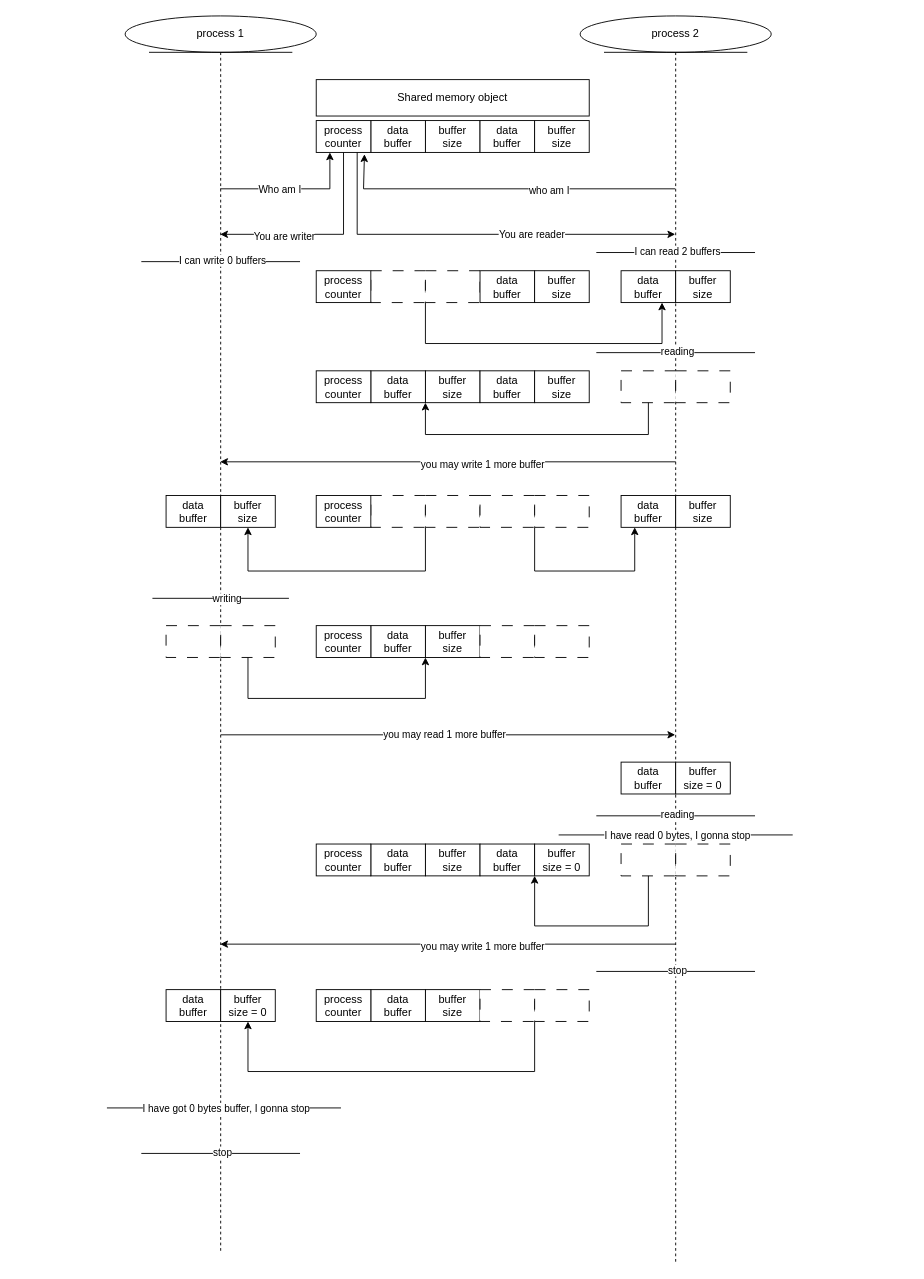
Earlier version of the draw.io diagram task2.drawio (VladimirTakeda/Epam-cpp). Source tidied: cells renumbered, new cells numbered last; positions are measured from the earlier drawing's top-left corner, leaving out a move shared by most shapes. Both pictures are drawn from the tidied source at 91%, with x=0, y=0 at pixel (106, 15).
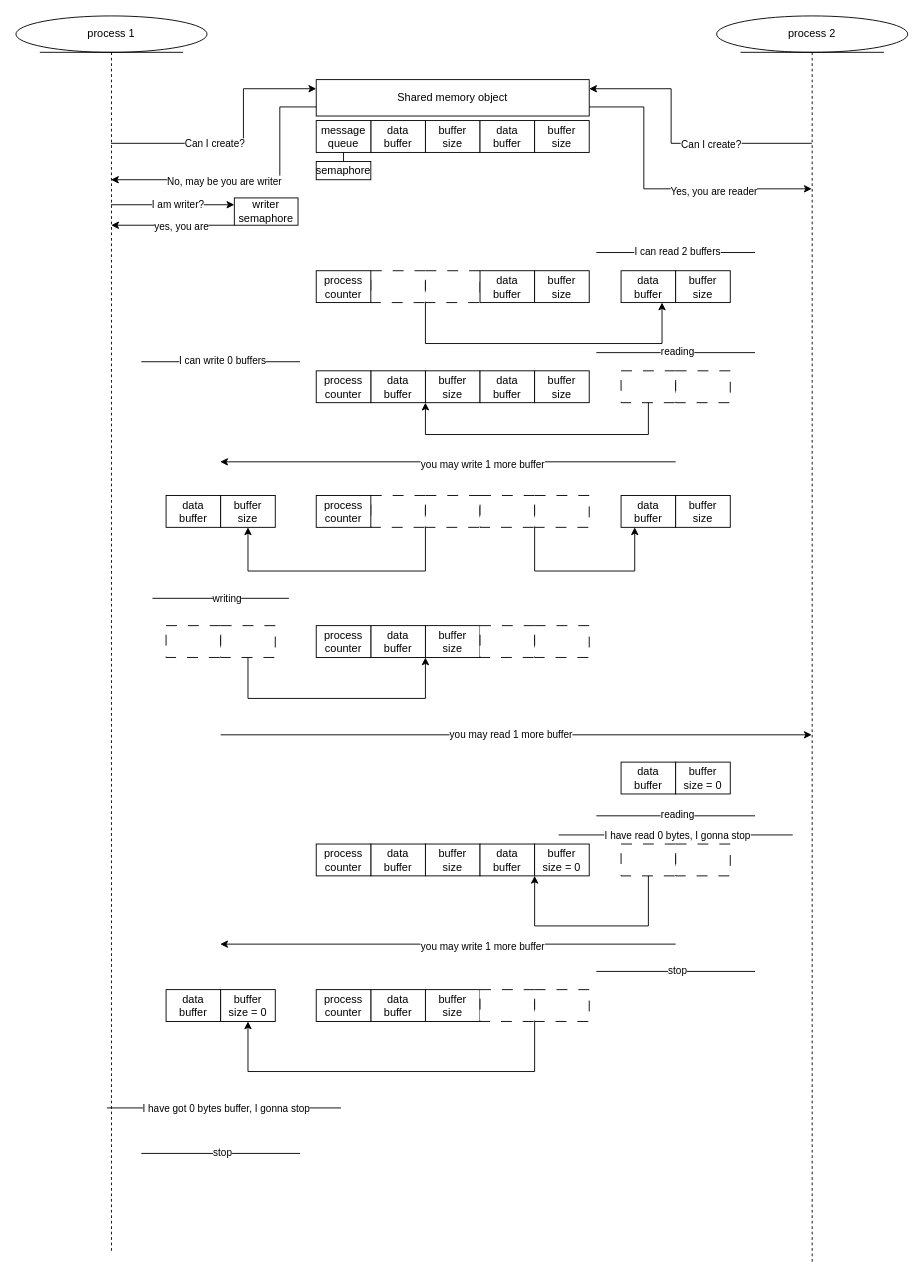
The same page after the edit.

Unchanged cells that the change refers to:
```xml
<mxCell id="4" value="Shared memory object" style="rounded=0;whiteSpace=wrap;html=1;" parent="1" vertex="1">
  <mxGeometry x="230" y="70" width="300" height="40" as="geometry" />
</mxCell>
```

Change to the diagram source:
```diff
@@
-    <mxCell id="2" value="process 2" style="shape=umlLifeline;perimeter=lifelinePerimeter;whiteSpace=wrap;html=1;outlineConnect=0;portConstraint=eastwest;newEdgeStyle={&quot;curved&quot;:0,&quot;rounded&quot;:0};participant=umlEntity;" parent="1" vertex="1">
-      <mxGeometry x="520" width="210" height="1370" as="geometry" />
+    <mxCell id="2" value="process 2" style="shape=umlLifeline;perimeter=lifelinePerimeter;whiteSpace=wrap;html=1;outlineConnect=0;portConstraint=eastwest;newEdgeStyle={&quot;curved&quot;:0,&quot;rounded&quot;:0};participant=umlEntity;size=40;" parent="1" vertex="1">
+      <mxGeometry x="670" width="210" height="1370" as="geometry" />
     </mxCell>
     <mxCell id="3" value="process 1" style="shape=umlLifeline;perimeter=lifelinePerimeter;whiteSpace=wrap;html=1;outlineConnect=0;portConstraint=eastwest;newEdgeStyle={&quot;curved&quot;:0,&quot;rounded&quot;:0};participant=umlEntity;" parent="1" vertex="1">
-      <mxGeometry x="20" width="210" height="1360" as="geometry" />
+      <mxGeometry x="-100" width="210" height="1360" as="geometry" />
     </mxCell>
@@
-    <mxCell id="7" value="process counter" style="rounded=0;whiteSpace=wrap;html=1;" parent="1" vertex="1">
+    <mxCell id="7" value="message&lt;br&gt;queue" style="rounded=0;whiteSpace=wrap;html=1;" parent="1" vertex="1">
       <mxGeometry x="230" y="115" width="60" height="35" as="geometry" />
     </mxCell>
@@
-    <mxCell id="10" style="endArrow=classic;html=1;rounded=0;entryX=0.25;entryY=1;entryDx=0;entryDy=0;" parent="1" edge="1" source="3" target="7">
+    <mxCell id="10" style="endArrow=classic;html=1;rounded=0;entryX=0;entryY=0.25;entryDx=0;entryDy=0;" parent="1" edge="1" source="3" target="4">
       <mxGeometry relative="1" as="geometry">
         <Array as="points">
-          <mxPoint x="245" y="190" />
+          <mxPoint x="150" y="140" />
+          <mxPoint x="150" y="80" />
         </Array>
       </mxGeometry>
     </mxCell>
-    <mxCell id="11" value="Who am I" style="edgeLabel;html=1;align=center;verticalAlign=middle;" parent="10" vertex="1">
+    <mxCell id="11" value="Can I create?&amp;nbsp;" style="edgeLabel;html=1;align=center;verticalAlign=middle;" parent="10" vertex="1">
       <mxGeometry x="-0.2" relative="1" as="geometry">
         <mxPoint x="1" as="offset" />
       </mxGeometry>
     </mxCell>
-    <mxCell id="12" style="endArrow=classic;html=1;rounded=0;entryX=0.883;entryY=1.057;entryDx=0;entryDy=0;entryPerimeter=0;" parent="1" edge="1" source="2" target="7">
+    <mxCell id="12" style="endArrow=classic;html=1;rounded=0;entryX=1;entryY=0.25;entryDx=0;entryDy=0;" parent="1" edge="1" source="2" target="4">
       <mxGeometry relative="1" as="geometry">
         <Array as="points">
-          <mxPoint x="282" y="190" />
+          <mxPoint x="620" y="140" />
+          <mxPoint x="620" y="80" />
         </Array>
       </mxGeometry>
     </mxCell>
-    <mxCell id="13" value="who am I" style="edgeLabel;html=1;align=center;verticalAlign=middle;" parent="12" vertex="1">
+    <mxCell id="13" value="Can I create?" style="edgeLabel;html=1;align=center;verticalAlign=middle;" parent="12" vertex="1">
       <mxGeometry x="-0.27" y="1" relative="1" as="geometry" />
     </mxCell>
-    <mxCell id="14" style="endArrow=classic;html=1;rounded=0;exitX=0.5;exitY=1;exitDx=0;exitDy=0;" parent="1" edge="1" source="7" target="3">
-      <mxGeometry relative="1" as="geometry">
-        <Array as="points">
-          <mxPoint x="260" y="240" />
-        </Array>
-      </mxGeometry>
-    </mxCell>
-    <mxCell id="15" value="You are writer" style="edgeLabel;html=1;align=center;verticalAlign=middle;" parent="14" vertex="1">
-      <mxGeometry x="0.38" y="2" relative="1" as="geometry" />
-    </mxCell>
-    <mxCell id="16" style="endArrow=classic;html=1;rounded=0;exitX=0.75;exitY=1;exitDx=0;exitDy=0;" parent="1" edge="1" source="7" target="2">
-      <mxGeometry relative="1" as="geometry">
-        <Array as="points">
-          <mxPoint x="275" y="240" />
-        </Array>
-      </mxGeometry>
-    </mxCell>
-    <mxCell id="17" value="You are reader" style="edgeLabel;html=1;align=center;verticalAlign=middle;" parent="16" vertex="1">
-      <mxGeometry x="0.28" relative="1" as="geometry" />
-    </mxCell>
@@
     <mxCell id="93" style="endArrow=none;html=1;rounded=0;" parent="1" edge="1">
       <mxGeometry relative="1" as="geometry">
-        <mxPoint x="37.8" y="270" as="sourcePoint" />
-        <mxPoint x="212.2" y="270" as="targetPoint" />
+        <mxPoint x="37.8" y="380" as="sourcePoint" />
+        <mxPoint x="212.2" y="380" as="targetPoint" />
       </mxGeometry>
     </mxCell>
@@
+    <mxCell id="95" style="endArrow=classic;html=1;rounded=0;exitX=0;exitY=0.75;exitDx=0;exitDy=0;" parent="1" edge="1" source="4" target="3">
+      <mxGeometry relative="1" as="geometry">
+        <Array as="points">
+          <mxPoint x="190" y="100" />
+          <mxPoint x="190" y="180" />
+        </Array>
+      </mxGeometry>
+    </mxCell>
+    <mxCell id="96" value="No, may be you are writer" style="edgeLabel;html=1;align=center;verticalAlign=middle;" parent="95" vertex="1">
+      <mxGeometry x="0.19" y="1" relative="1" as="geometry" />
+    </mxCell>
+    <mxCell id="97" style="endArrow=classic;html=1;rounded=0;exitX=1;exitY=0.75;exitDx=0;exitDy=0;" parent="1" edge="1" source="4" target="2">
+      <mxGeometry relative="1" as="geometry">
+        <Array as="points">
+          <mxPoint x="590" y="100" />
+          <mxPoint x="590" y="190" />
+        </Array>
+      </mxGeometry>
+    </mxCell>
+    <mxCell id="98" value="Yes, you are reader" style="edgeLabel;html=1;align=center;verticalAlign=middle;" parent="97" vertex="1">
+      <mxGeometry x="0.35" y="-2" relative="1" as="geometry" />
+    </mxCell>
+    <mxCell id="99" value="semaphore" style="rounded=0;whiteSpace=wrap;html=1;" parent="1" vertex="1">
+      <mxGeometry x="230" y="160" width="60" height="20" as="geometry" />
+    </mxCell>
+    <mxCell id="100" style="endArrow=none;html=1;rounded=0;exitX=0.5;exitY=0;exitDx=0;exitDy=0;entryX=0.5;entryY=1;entryDx=0;entryDy=0;" parent="1" edge="1" source="99" target="7">
+      <mxGeometry relative="1" as="geometry" />
+    </mxCell>
+    <mxCell id="101" value="writer&lt;br&gt;semaphore" style="rounded=0;whiteSpace=wrap;html=1;" parent="1" vertex="1">
+      <mxGeometry x="140" y="200" width="70" height="30" as="geometry" />
+    </mxCell>
+    <mxCell id="102" style="endArrow=classic;html=1;rounded=0;entryX=0;entryY=0.25;entryDx=0;entryDy=0;" parent="1" edge="1" source="3" target="101">
+      <mxGeometry relative="1" as="geometry" />
+    </mxCell>
+    <mxCell id="103" value="I am writer?" style="edgeLabel;html=1;align=center;verticalAlign=middle;" parent="102" vertex="1">
+      <mxGeometry x="0.08" relative="1" as="geometry" />
+    </mxCell>
+    <mxCell id="104" style="endArrow=classic;html=1;rounded=0;exitX=0;exitY=0.75;exitDx=0;exitDy=0;" parent="1" edge="1">
+      <mxGeometry relative="1" as="geometry">
+        <mxPoint x="140" y="230" as="sourcePoint" />
+        <mxPoint x="4.7" y="230" as="targetPoint" />
+      </mxGeometry>
+    </mxCell>
+    <mxCell id="105" value="yes, you are" style="edgeLabel;html=1;align=center;verticalAlign=middle;" parent="104" vertex="1">
+      <mxGeometry x="-0.13" y="1" relative="1" as="geometry" />
+    </mxCell>
```
